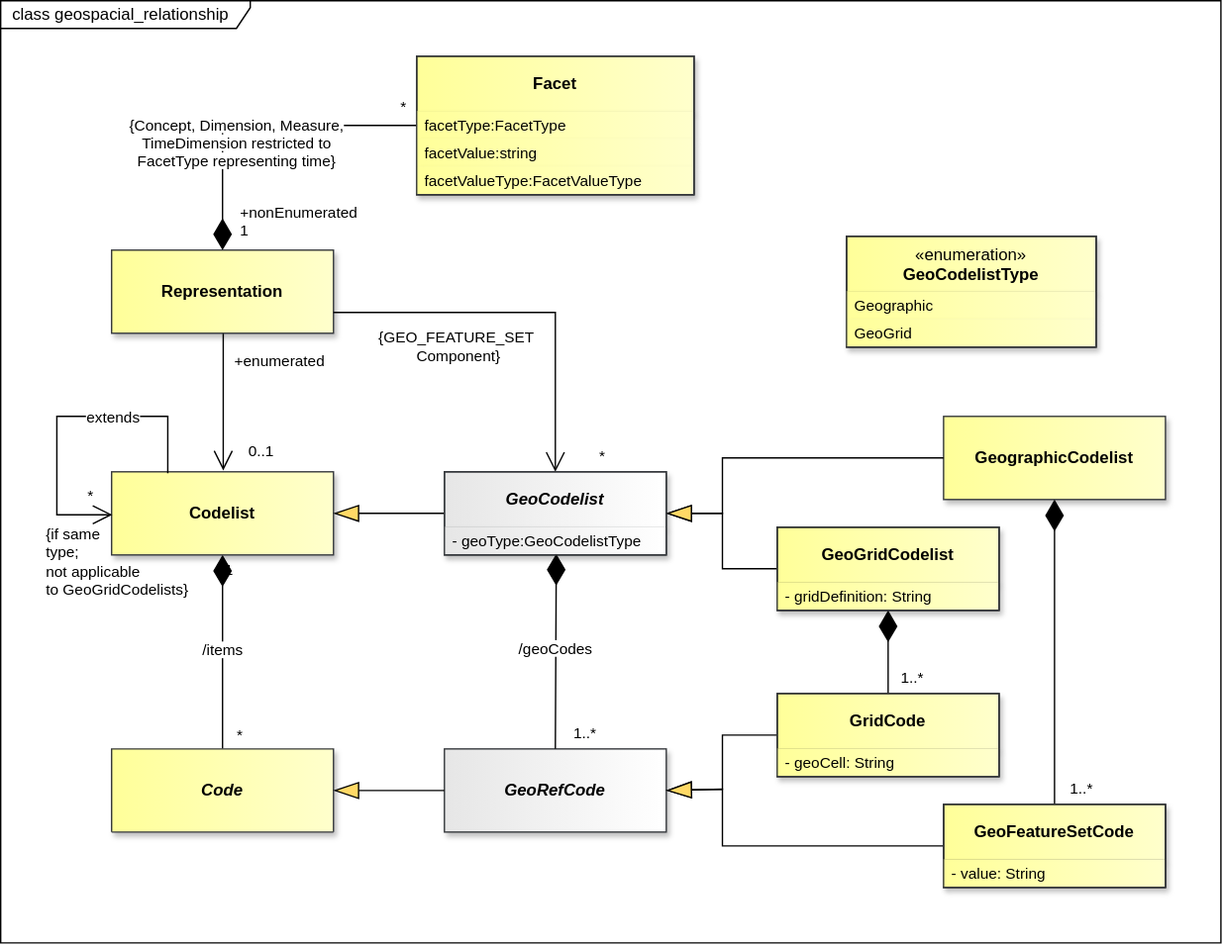
The draw.io diagram docs/information_model/media/sdmx_geospatial-geospatial_relationship.svg in sdmx-twg/sdmx-im, before a commit. Source tidied: cells renumbered, new cells last; positions are measured from the earlier drawing's top-left corner, leaving out a move shared by most shapes.
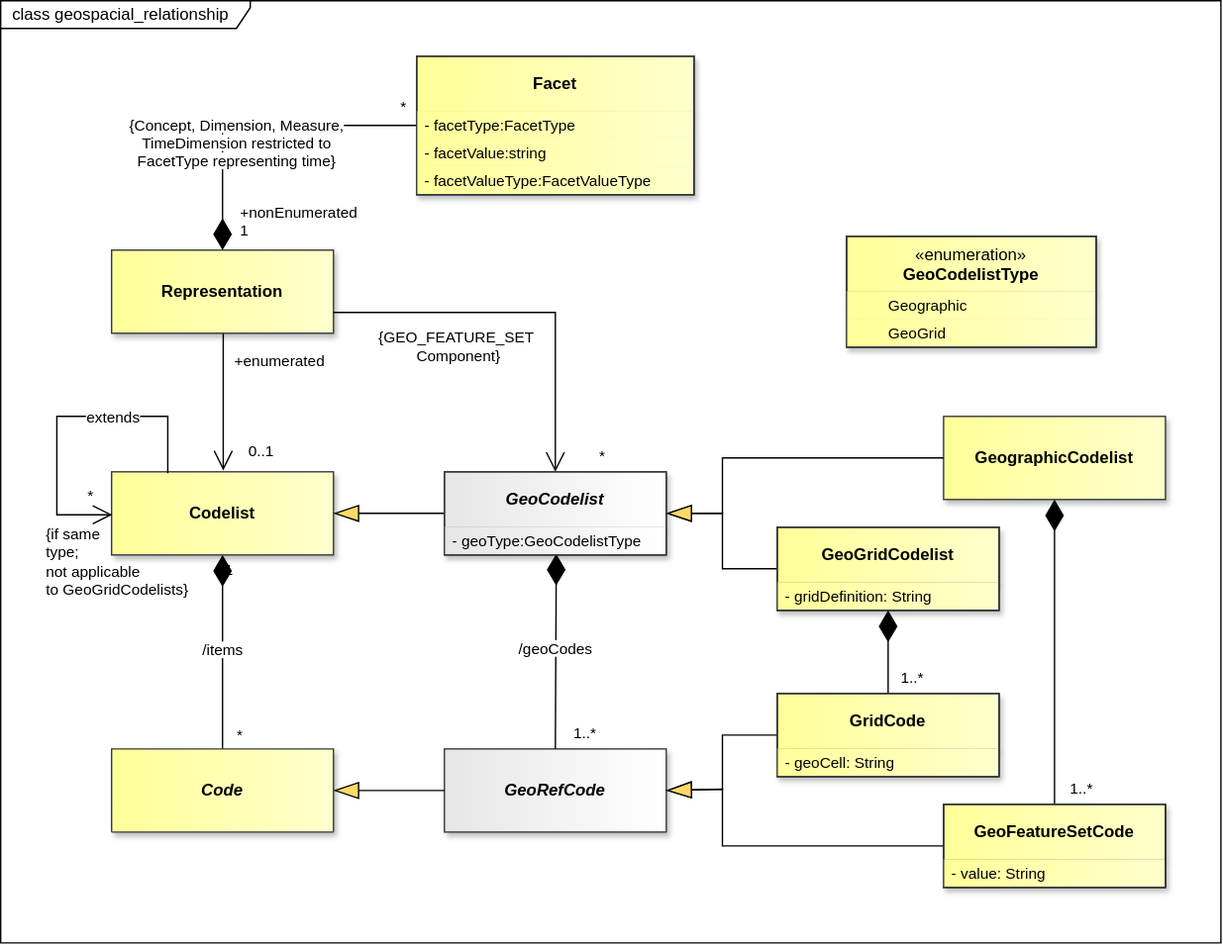
The same diagram one commit later.

Diff of the diagram source:
```diff
@@ -184,13 +184,13 @@
     <mxCell id="44" value="Facet" style="swimlane;fontStyle=1;align=center;verticalAlign=middle;horizontal=1;startSize=40;whiteSpace=wrap;html=1;fillColor=light-dark(#FFFF99,#FFFF99);strokeColor=light-dark(#000000,#000000);gradientDirection=east;swimlaneLine=1;fontColor=light-dark(#000000,#000000);labelBackgroundColor=none;textShadow=0;gradientColor=light-dark(#FFFFCC,#FFFFCC);shadow=1;" parent="1" vertex="1">
       <mxGeometry x="300" y="40" width="200" height="100" as="geometry" />
     </mxCell>
-    <mxCell id="45" value="facetType:FacetType" style="text;strokeColor=none;fillColor=light-dark(#FFFF99,#FFFF99);align=left;verticalAlign=middle;spacingLeft=4;spacingRight=4;overflow=hidden;points=[[0,0.5],[1,0.5]];portConstraint=eastwest;whiteSpace=wrap;html=1;fontFamily=Helvetica;fontSize=11;fontColor=light-dark(#000000,#000000);gradientColor=light-dark(#FFFFCC,#FFFFCC);gradientDirection=east;shadow=1;" parent="44" vertex="1">
+    <mxCell id="45" value="- facetType:FacetType" style="text;strokeColor=none;fillColor=light-dark(#FFFF99,#FFFF99);align=left;verticalAlign=middle;spacingLeft=4;spacingRight=4;overflow=hidden;points=[[0,0.5],[1,0.5]];portConstraint=eastwest;whiteSpace=wrap;html=1;fontFamily=Helvetica;fontSize=11;fontColor=light-dark(#000000,#000000);gradientColor=light-dark(#FFFFCC,#FFFFCC);gradientDirection=east;shadow=1;" parent="44" vertex="1">
       <mxGeometry y="40" width="200" height="20" as="geometry" />
     </mxCell>
-    <mxCell id="46" value="facetValue:string" style="text;strokeColor=none;fillColor=light-dark(#FFFF99,#FFFF99);align=left;verticalAlign=middle;spacingLeft=4;spacingRight=4;overflow=hidden;whiteSpace=wrap;html=1;fontFamily=Helvetica;fontSize=11;fontColor=light-dark(#000000,#000000);gradientColor=light-dark(#FFFFCC,#FFFFCC);gradientDirection=east;shadow=1;" parent="44" vertex="1">
+    <mxCell id="46" value="- facetValue:string" style="text;strokeColor=none;fillColor=light-dark(#FFFF99,#FFFF99);align=left;verticalAlign=middle;spacingLeft=4;spacingRight=4;overflow=hidden;whiteSpace=wrap;html=1;fontFamily=Helvetica;fontSize=11;fontColor=light-dark(#000000,#000000);gradientColor=light-dark(#FFFFCC,#FFFFCC);gradientDirection=east;shadow=1;" parent="44" vertex="1">
       <mxGeometry y="60" width="200" height="20" as="geometry" />
     </mxCell>
-    <mxCell id="47" value="facetValueType:FacetValueType" style="text;strokeColor=none;fillColor=light-dark(#FFFF99,#FFFF99);align=left;verticalAlign=middle;spacingLeft=4;spacingRight=4;overflow=hidden;whiteSpace=wrap;html=1;fontFamily=Helvetica;fontSize=11;fontColor=light-dark(#000000,#000000);gradientColor=light-dark(#FFFFCC,#FFFFCC);gradientDirection=east;shadow=1;" parent="44" vertex="1">
+    <mxCell id="47" value="- facetValueType:FacetValueType" style="text;strokeColor=none;fillColor=light-dark(#FFFF99,#FFFF99);align=left;verticalAlign=middle;spacingLeft=4;spacingRight=4;overflow=hidden;whiteSpace=wrap;html=1;fontFamily=Helvetica;fontSize=11;fontColor=light-dark(#000000,#000000);gradientColor=light-dark(#FFFFCC,#FFFFCC);gradientDirection=east;shadow=1;" parent="44" vertex="1">
       <mxGeometry y="80" width="200" height="20" as="geometry" />
     </mxCell>
     <mxCell id="48" value="&lt;font style=&quot;color: light-dark(rgb(0, 0, 0), rgb(255, 255, 255)); background-color: light-dark(rgb(255, 255, 255), rgb(0, 0, 0));&quot;&gt;{Concept, Dimension, Measure,&lt;br&gt;TimeDimension restricted to&lt;br&gt;FacetType representing time}&lt;/font&gt;" style="endArrow=none;html=1;endSize=12;startArrow=diamondThin;startSize=20;startFill=1;edgeStyle=orthogonalEdgeStyle;rounded=0;endFill=0;strokeColor=light-dark(#000000,#FFFFFF);fontColor=light-dark(#000000,#FFFFFF);labelBackgroundColor=none;entryX=0;entryY=0.5;entryDx=0;entryDy=0;exitX=0.5;exitY=0;exitDx=0;exitDy=0;" parent="1" edge="1" source="38" target="45">
@@ -209,10 +209,10 @@
     <mxCell id="51" value="&lt;span style=&quot;font-weight: normal;&quot;&gt;«enumeration»&lt;/span&gt;&lt;br&gt;GeoCodelistType" style="swimlane;fontStyle=1;align=center;verticalAlign=top;horizontal=1;startSize=40;whiteSpace=wrap;html=1;fillColor=light-dark(#FFFF99,#FFFF99);strokeColor=light-dark(#000000,#000000);gradientDirection=east;swimlaneLine=1;fontColor=light-dark(#000000,#000000);labelBackgroundColor=none;textShadow=0;gradientColor=light-dark(#FFFFCC,#FFFFCC);shadow=1;" parent="1" vertex="1">
       <mxGeometry x="610" y="170" width="180" height="80" as="geometry" />
     </mxCell>
-    <mxCell id="52" value="Geographic" style="text;strokeColor=none;fillColor=light-dark(#FFFF99,#FFFF99);align=left;verticalAlign=middle;spacingLeft=4;spacingRight=4;overflow=hidden;whiteSpace=wrap;html=1;fontFamily=Helvetica;fontSize=11;fontColor=light-dark(#000000,#000000);gradientColor=light-dark(#FFFFCC,#FFFFCC);gradientDirection=east;shadow=1;" parent="51" vertex="1">
+    <mxCell id="52" value="&lt;span style=&quot;white-space: pre;&quot;&gt;&#9;&lt;/span&gt;Geographic" style="text;strokeColor=none;fillColor=light-dark(#FFFF99,#FFFF99);align=left;verticalAlign=middle;spacingLeft=4;spacingRight=4;overflow=hidden;whiteSpace=wrap;html=1;fontFamily=Helvetica;fontSize=11;fontColor=light-dark(#000000,#000000);gradientColor=light-dark(#FFFFCC,#FFFFCC);gradientDirection=east;shadow=1;" parent="51" vertex="1">
       <mxGeometry y="40" width="180" height="20" as="geometry" />
     </mxCell>
-    <mxCell id="53" value="GeoGrid" style="text;strokeColor=none;fillColor=light-dark(#FFFF99,#FFFF99);align=left;verticalAlign=middle;spacingLeft=4;spacingRight=4;overflow=hidden;whiteSpace=wrap;html=1;fontFamily=Helvetica;fontSize=11;fontColor=light-dark(#000000,#000000);gradientColor=light-dark(#FFFFCC,#FFFFCC);gradientDirection=east;shadow=1;" parent="51" vertex="1">
+    <mxCell id="53" value="&lt;span style=&quot;white-space: pre;&quot;&gt;&#9;&lt;/span&gt;GeoGrid" style="text;strokeColor=none;fillColor=light-dark(#FFFF99,#FFFF99);align=left;verticalAlign=middle;spacingLeft=4;spacingRight=4;overflow=hidden;whiteSpace=wrap;html=1;fontFamily=Helvetica;fontSize=11;fontColor=light-dark(#000000,#000000);gradientColor=light-dark(#FFFFCC,#FFFFCC);gradientDirection=east;shadow=1;" parent="51" vertex="1">
       <mxGeometry y="60" width="180" height="20" as="geometry" />
     </mxCell>
     <mxCell id="54" style="rounded=0;whiteSpace=wrap;html=1;fillColor=none;strokeColor=#36393D;" parent="1" vertex="1">
```
